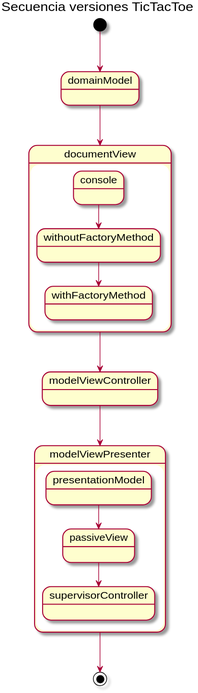
Jolucaa/USantaTecla-project-ticTacToe keeps this PlantUML diagram as docs/diagrams/out/TicTacToe/TicTacToe.svg. Above is the earlier version. Source of this version:
```plantuml
@startuml
title Secuencia versiones TicTacToe
[*] --> domainModel
state domainModel
state documentView
state modelViewController
state modelViewPresenter

domainModel --> documentView

state documentView {
  state console
  state withFactoryMethod
  state withoutFactoryMethod
  console --> withoutFactoryMethod
  withoutFactoryMethod --> withFactoryMethod
}

documentView --> modelViewController
modelViewController --> modelViewPresenter

state modelViewPresenter{
state presentationModel
state passiveView
state supervisorController

presentationModel-->passiveView
passiveView-->supervisorController
}
modelViewPresenter  --> [*]
@enduml
```
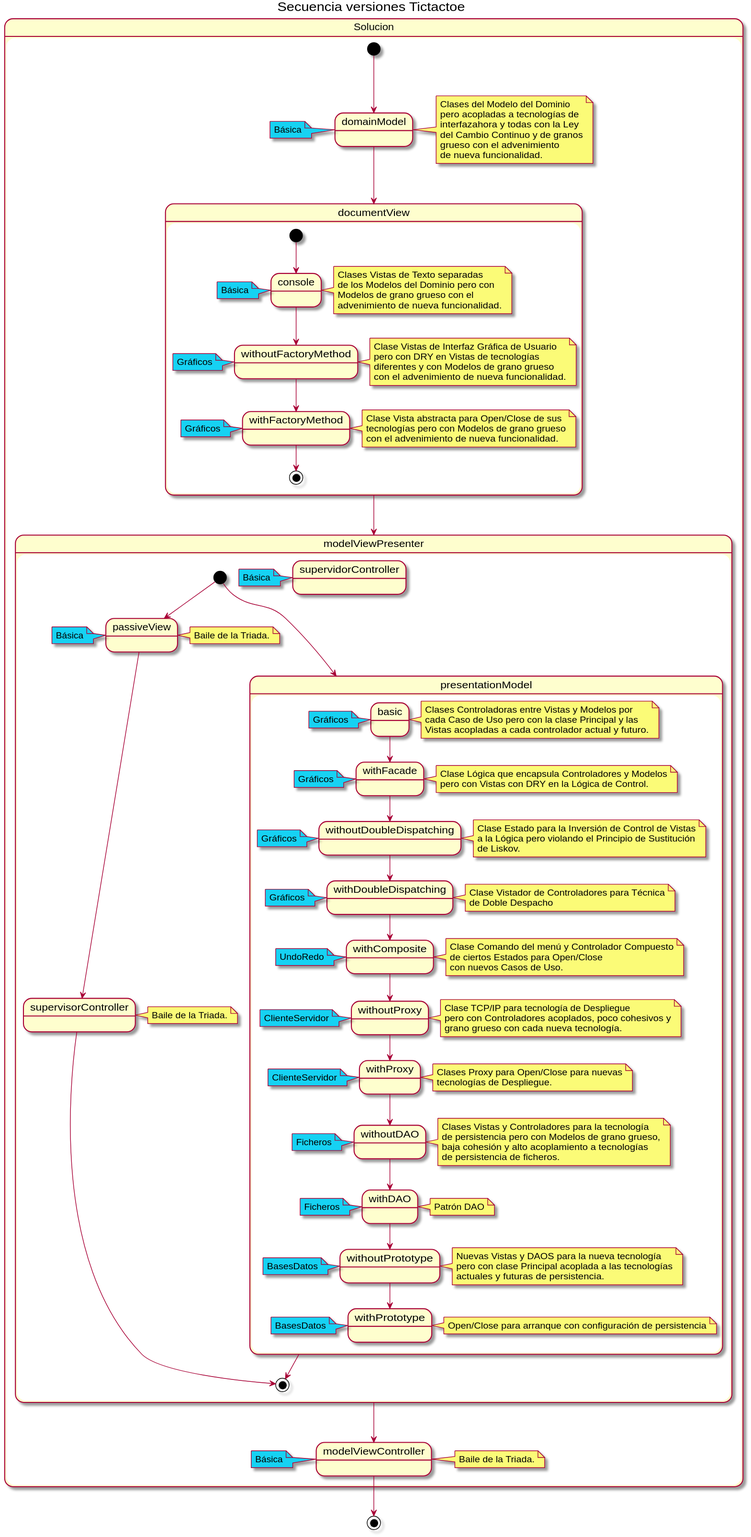
Later version of the same file.

Commit message:
Diagrama de versiones

What changed in the source:
```diff
@@ -1,31 +1,157 @@
 @startuml
-title Secuencia versiones TicTacToe
+title Secuencia versiones Tictactoe
+
+state Solucion {
 [*] --> domainModel
+
 state domainModel
+note right: Clases del Modelo del Dominio\npero acopladas a tecnologías de\ninterfazahora y todas con la Ley\ndel Cambio Continuo y de granos\ngrueso con el advenimiento\nde nueva funcionalidad.
 state documentView
+state modelViewPresenter
+ note left of modelViewController #15D2F3
+  Básica
+end note
 state modelViewController
-state modelViewPresenter
-
+note right: Baile de la Triada.
+ note left of domainModel #15D2F3
+  Básica
+end note
 domainModel --> documentView
 
 state documentView {
+[*] --> console
+ note left of console #15D2F3
+  Básica
+end note
   state console
+  note right: Clases Vistas de Texto separadas\nde los Modelos del Dominio pero con\nModelos de grano grueso con el\nadvenimiento de nueva funcionalidad.
+
+   note left of withoutFactoryMethod #15D2F3
+  Gráficos
+end note
+  state withoutFactoryMethod
+  note right:Clase Vistas de Interfaz Gráfica de Usuario\npero con DRY en Vistas de tecnologías\ndiferentes y con Modelos de grano grueso\ncon el advenimiento de nueva funcionalidad.
+
+  note left of withFactoryMethod #15D2F3
+  Gráficos
+end note
   state withFactoryMethod
-  state withoutFactoryMethod
+  note right: Clase Vista abstracta para Open/Close de sus\ntecnologías pero con Modelos de grano grueso\ncon el advenimiento de nueva funcionalidad.
+
   console --> withoutFactoryMethod
   withoutFactoryMethod --> withFactoryMethod
+  withFactoryMethod-->[*]
 }
 
-documentView --> modelViewController
-modelViewController --> modelViewPresenter
+documentView --> modelViewPresenter
+
 
 state modelViewPresenter{
-state presentationModel
+[*] --> presentationModel
+[*] --> passiveView
+presentationModel-->[*]
+
+
+state presentationModel{
+note left of basic #15D2F3
+  Gráficos
+end note
+state basic
+note right:Clases Controladoras entre Vistas y Modelos por\ncada Caso de Uso pero con la clase Principal y las\nVistas acopladas a cada controlador actual y futuro.
+
+note left of withFacade #15D2F3
+  Gráficos
+end note
+state withFacade
+note right:Clase Lógica que encapsula Controladores y Modelos\npero con Vistas con DRY en la Lógica de Control.
+
+note left of withoutDoubleDispatching #15D2F3
+  Gráficos
+end note
+state withoutDoubleDispatching
+note right:Clase Estado para la Inversión de Control de Vistas\na la Lógica pero violando el Principio de Sustitución\nde Liskov.
+
+note left of withDoubleDispatching #15D2F3
+  Gráficos
+end note
+state withDoubleDispatching
+note right:Clase Vistador de Controladores para Técnica\nde Doble Despacho
+
+note left of withComposite #15D2F3
+  UndoRedo
+end note
+state withComposite
+note right:Clase Comando del menú y Controlador Compuesto\nde ciertos Estados para Open/Close\ncon nuevos Casos de Uso.
+
+note left of withoutProxy #15D2F3
+  ClienteServidor
+end note
+state withoutProxy
+note right:Clase TCP/IP para tecnología de Despliegue\npero con Controladores acoplados, poco cohesivos y\ngrano grueso con cada nueva tecnología.
+
+note left of withProxy #15D2F3
+  ClienteServidor
+end note
+state withProxy
+note right:Clases Proxy para Open/Close para nuevas\ntecnologías de Despliegue.
+
+note left of withoutDAO #15D2F3
+  Ficheros
+end note
+state withoutDAO
+note right:Clases Vistas y Controladores para la tecnología\nde persistencia pero con Modelos de grano grueso,\nbaja cohesión y alto acoplamiento a tecnologías\nde persistencia de ficheros.
+
+note left of withDAO #15D2F3
+  Ficheros
+end note
+state withDAO
+note right: Patrón DAO
+
+note left of withoutPrototype #15D2F3
+  BasesDatos
+end note
+state withoutPrototype
+note right:Nuevas Vistas y DAOS para la nueva tecnología\npero con clase Principal acoplada a las tecnologías\nactuales y futuras de persistencia.
+
+note left of withPrototype #15D2F3
+  BasesDatos
+end note
+state withPrototype
+note right:Open/Close para arranque con configuración de persistencia
+
+
+basic --> withFacade
+withFacade --> withoutDoubleDispatching
+withoutDoubleDispatching --> withDoubleDispatching
+withDoubleDispatching --> withComposite
+withComposite --> withoutProxy
+withoutProxy --> withProxy
+withProxy --> withoutDAO
+withoutDAO --> withDAO
+withDAO --> withoutPrototype
+withoutPrototype --> withPrototype
+
+
+}
+ note left of passiveView #15D2F3
+  Básica
+end note
 state passiveView
+note right: Baile de la Triada.
+
+ note left of supervidorController #15D2F3
+  Básica
+end note
 state supervisorController
+note right: Baile de la Triada.
 
-presentationModel-->passiveView
 passiveView-->supervisorController
+supervisorController-->[*]
 }
-modelViewPresenter  --> [*]
+
+modelViewPresenter --> modelViewController
+
+}
+modelViewController-->[*]
+}
 @enduml
```
